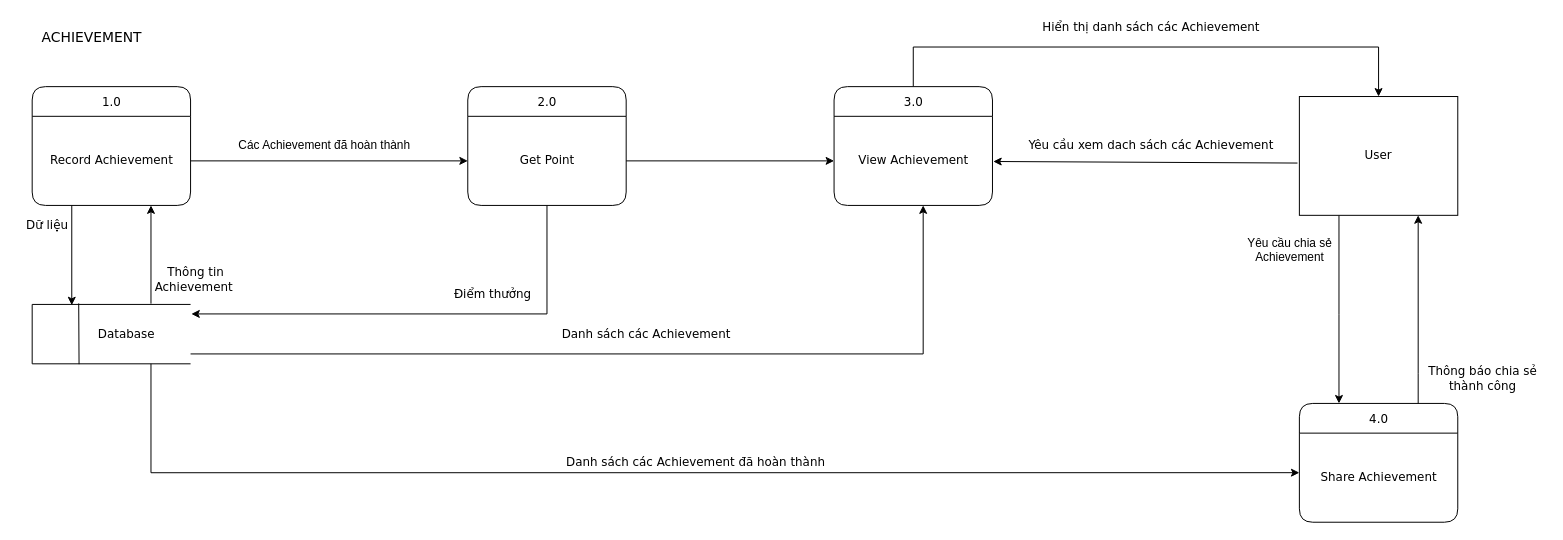
This is ToDoApp-Doc/Document/Diagram/DFD/Achievement/Achievement.drawio from Merevoli-DatLuu/To-Do-App, a draw.io file, before an edit. Source tidied: cells renumbered, new cells numbered last; positions are measured from the earlier drawing's top-left corner, leaving out a move shared by most shapes. Both pictures are drawn from the tidied source at 99%, with x=0, y=0 at pixel (17, 17).
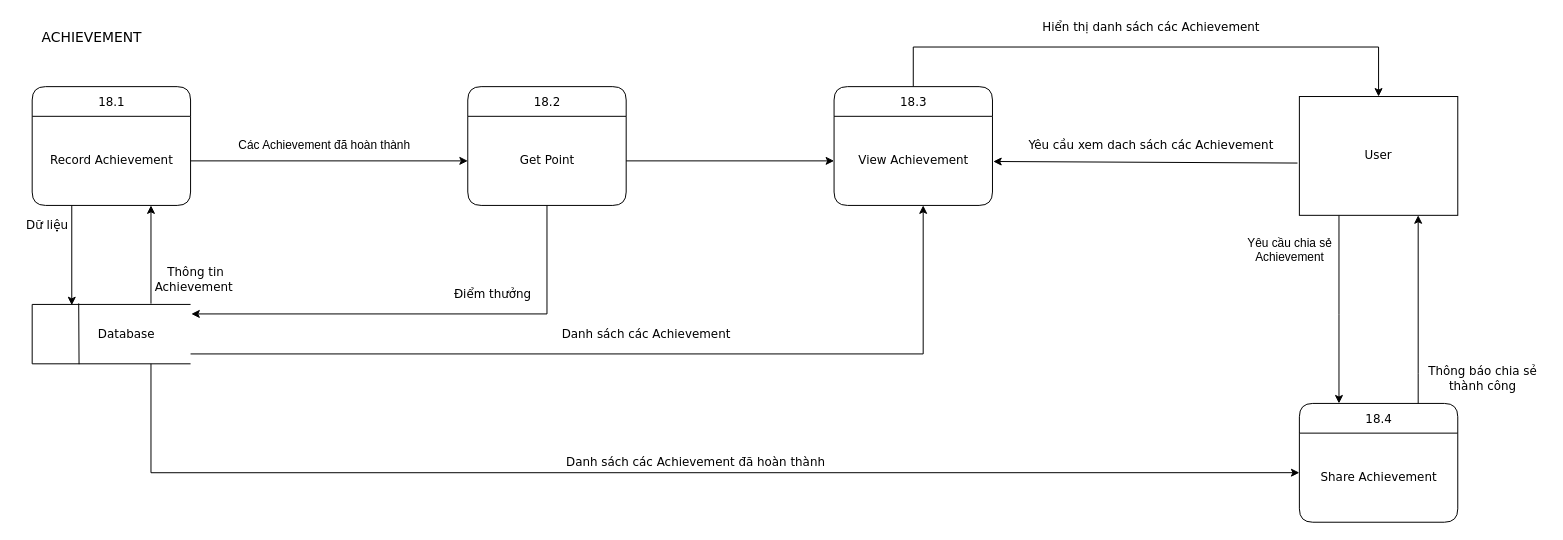
The same page after the edit.

Commit message:
[Modified] : Achievement_DFD

Change to the diagram source:
```diff
@@
-    <mxCell id="3" value="&lt;font face=&quot;Verdana&quot; style=&quot;font-size: 12px&quot;&gt;3.0&lt;/font&gt;" style="swimlane;horizontal=1;startSize=30;rounded=1;fontSize=14;fontStyle=0;strokeWidth=1;shadow=0;dashed=0;align=center;html=1;" parent="1" vertex="1">
+    <mxCell id="3" value="&lt;font face=&quot;Verdana&quot; style=&quot;font-size: 12px&quot;&gt;18.3&lt;/font&gt;" style="swimlane;horizontal=1;startSize=30;rounded=1;fontSize=14;fontStyle=0;strokeWidth=1;shadow=0;dashed=0;align=center;html=1;" parent="1" vertex="1">
       <mxGeometry x="825" y="70" width="160" height="120" as="geometry" />
     </mxCell>
@@
-    <mxCell id="11" value="&lt;font face=&quot;Verdana&quot; style=&quot;font-size: 12px&quot;&gt;1.0&lt;/font&gt;" style="swimlane;horizontal=1;startSize=30;rounded=1;fontSize=14;fontStyle=0;strokeWidth=1;shadow=0;dashed=0;align=center;html=1;" parent="1" vertex="1">
+    <mxCell id="11" value="&lt;font face=&quot;Verdana&quot;&gt;&lt;span style=&quot;font-size: 12px&quot;&gt;18.1&lt;/span&gt;&lt;/font&gt;" style="swimlane;horizontal=1;startSize=30;rounded=1;fontSize=14;fontStyle=0;strokeWidth=1;shadow=0;dashed=0;align=center;html=1;" parent="1" vertex="1">
       <mxGeometry x="15" y="70" width="160" height="120" as="geometry" />
     </mxCell>
@@
-    <mxCell id="19" value="&lt;font face=&quot;Verdana&quot; style=&quot;font-size: 12px&quot;&gt;2.0&lt;/font&gt;" style="swimlane;horizontal=1;startSize=30;rounded=1;fontSize=14;fontStyle=0;strokeWidth=1;shadow=0;dashed=0;align=center;html=1;" parent="1" vertex="1">
+    <mxCell id="19" value="&lt;font face=&quot;Verdana&quot; style=&quot;font-size: 12px&quot;&gt;18.2&lt;/font&gt;" style="swimlane;horizontal=1;startSize=30;rounded=1;fontSize=14;fontStyle=0;strokeWidth=1;shadow=0;dashed=0;align=center;html=1;" parent="1" vertex="1">
       <mxGeometry x="455" y="70" width="160" height="120" as="geometry" />
     </mxCell>
@@
-    <mxCell id="26" value="&lt;font face=&quot;Verdana&quot; style=&quot;font-size: 12px&quot;&gt;4.0&lt;/font&gt;" style="swimlane;horizontal=1;startSize=30;rounded=1;fontSize=14;fontStyle=0;strokeWidth=1;shadow=0;dashed=0;align=center;html=1;" parent="1" vertex="1">
+    <mxCell id="26" value="&lt;font face=&quot;Verdana&quot; style=&quot;font-size: 12px&quot;&gt;18.4&lt;/font&gt;" style="swimlane;horizontal=1;startSize=30;rounded=1;fontSize=14;fontStyle=0;strokeWidth=1;shadow=0;dashed=0;align=center;html=1;" parent="1" vertex="1">
       <mxGeometry x="1295" y="390" width="160" height="120" as="geometry" />
     </mxCell>
```
